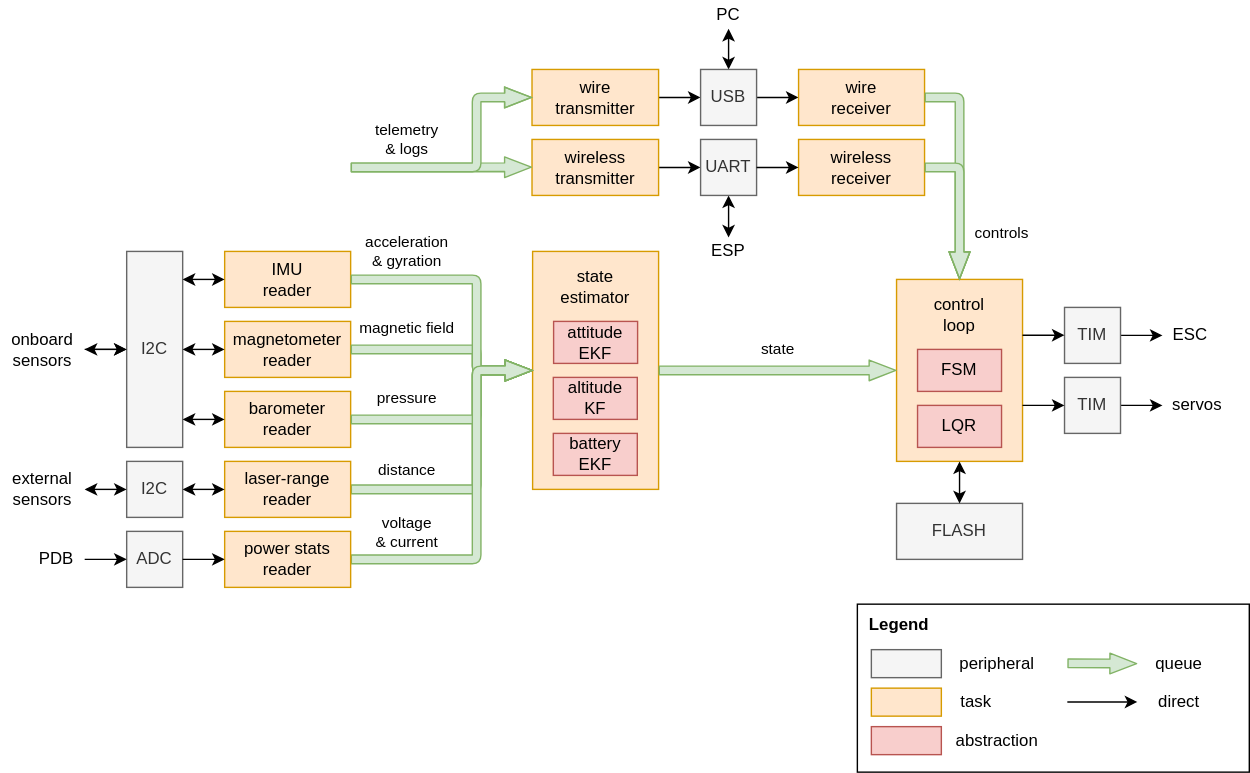
Before: docs/program_architecture.drawio.svg, a diagram exported from draw.io (Eryk-Mozdzen/uav-tvc-goose). Source tidied: cells renumbered, new cells last; positions are measured from the earlier drawing's top-left corner, leaving out a move shared by most shapes.
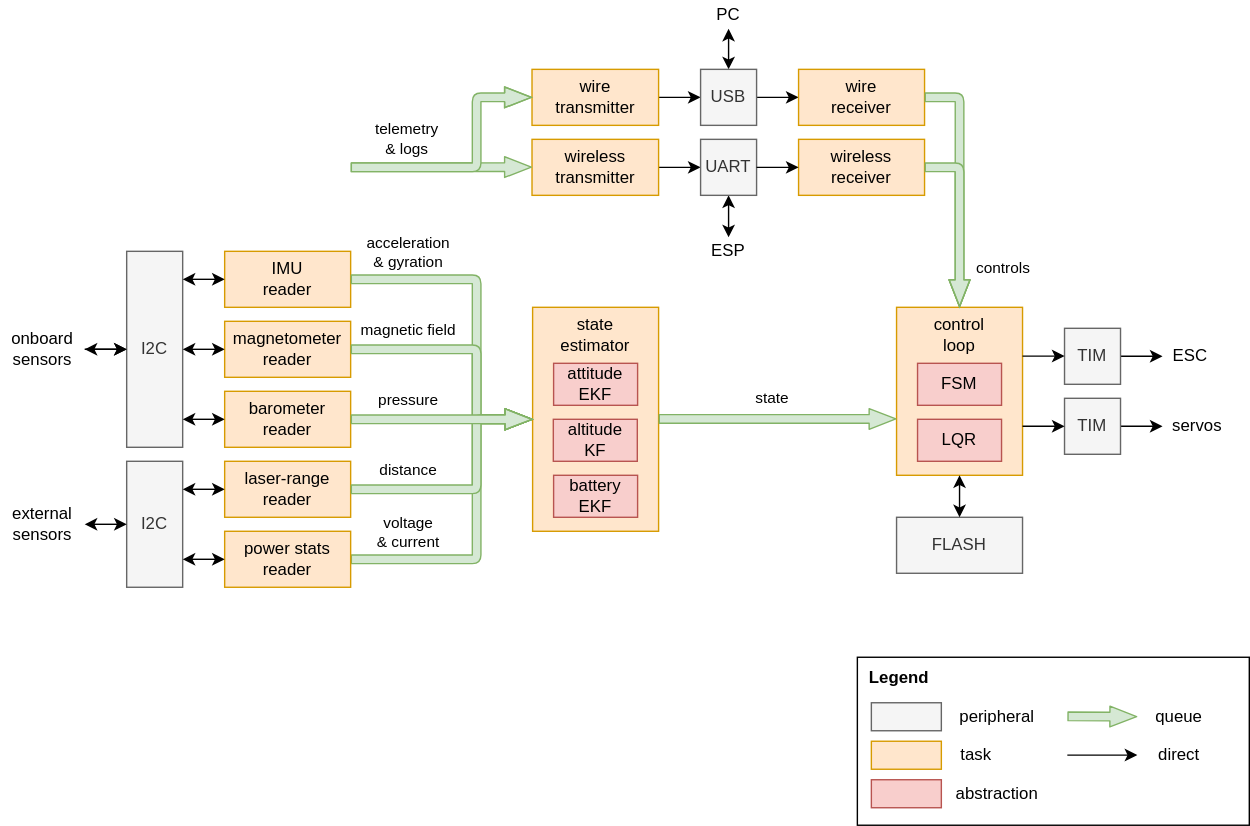
Above is the later version.

Diff of the diagram source:
```diff
@@ -4,17 +4,4 @@
     <mxCell id="1" parent="0" />
-    <mxCell id="2" style="shape=flexArrow;endArrow=classic;html=1;exitX=1;exitY=0.5;exitDx=0;exitDy=0;width=6.153846153846153;endSize=6.026923076923077;endWidth=7.633136094674557;fillColor=#d5e8d4;strokeColor=#82b366;entryX=0;entryY=0.5;entryDx=0;entryDy=0;" parent="1" edge="1" source="57" target="4">
-      <mxGeometry relative="1" as="geometry">
-        <Array as="points">
-          <mxPoint x="340" y="349" />
-          <mxPoint x="340" y="264" />
-        </Array>
-      </mxGeometry>
-    </mxCell>
-    <mxCell id="3" value="distance" style="edgeLabel;html=1;align=center;verticalAlign=middle;" parent="2" vertex="1">
-      <mxGeometry x="0.17" relative="1" as="geometry">
-        <mxPoint x="-50" y="21" as="offset" />
-      </mxGeometry>
-    </mxCell>
     <mxCell id="4" style="rounded=0;whiteSpace=wrap;html=1;fillColor=#ffe6cc;strokeColor=#d79b00;" parent="1" vertex="1">
-      <mxGeometry x="380" y="179" width="90" height="170" as="geometry" />
+      <mxGeometry x="380" y="219" width="90" height="160" as="geometry" />
     </mxCell>
@@ -47,28 +34,2 @@
     </mxCell>
-    <mxCell id="12" style="shape=flexArrow;endArrow=classic;html=1;exitX=1;exitY=0.5;exitDx=0;exitDy=0;width=6.153846153846153;endSize=6.026923076923077;endWidth=7.633136094674557;fillColor=#d5e8d4;strokeColor=#82b366;entryX=0;entryY=0.5;entryDx=0;entryDy=0;" parent="1" edge="1" source="6" target="4">
-      <mxGeometry relative="1" as="geometry">
-        <Array as="points">
-          <mxPoint x="340" y="249" />
-          <mxPoint x="340" y="264" />
-        </Array>
-      </mxGeometry>
-    </mxCell>
-    <mxCell id="13" value="magnetic field" style="edgeLabel;html=1;align=center;verticalAlign=middle;" parent="12" vertex="1">
-      <mxGeometry x="-0.38" y="1" relative="1" as="geometry">
-        <mxPoint x="-5" y="-14" as="offset" />
-      </mxGeometry>
-    </mxCell>
-    <mxCell id="14" style="shape=flexArrow;endArrow=classic;html=1;exitX=1;exitY=0.5;exitDx=0;exitDy=0;width=6.153846153846153;endSize=6.026923076923077;endWidth=7.633136094674557;fillColor=#d5e8d4;strokeColor=#82b366;entryX=0;entryY=0.5;entryDx=0;entryDy=0;" parent="1" edge="1" source="7" target="4">
-      <mxGeometry relative="1" as="geometry">
-        <Array as="points">
-          <mxPoint x="340" y="299" />
-          <mxPoint x="340" y="264" />
-        </Array>
-      </mxGeometry>
-    </mxCell>
-    <mxCell id="15" value="pressure" style="edgeLabel;html=1;align=center;verticalAlign=middle;" parent="14" vertex="1">
-      <mxGeometry x="0.17" relative="1" as="geometry">
-        <mxPoint x="-50" y="-9" as="offset" />
-      </mxGeometry>
-    </mxCell>
     <mxCell id="16" style="shape=flexArrow;endArrow=classic;html=1;exitX=1;exitY=0.5;exitDx=0;exitDy=0;width=6.153846153846153;endSize=6.026923076923077;endWidth=7.633136094674557;fillColor=#d5e8d4;strokeColor=#82b366;entryX=0;entryY=0.5;entryDx=0;entryDy=0;" parent="1" edge="1" source="5" target="4">
@@ -77,3 +38,3 @@
           <mxPoint x="340" y="199" />
-          <mxPoint x="340" y="264" />
+          <mxPoint x="340" y="299" />
         </Array>
@@ -83,3 +44,3 @@
       <mxGeometry x="0.11" y="2" relative="1" as="geometry">
-        <mxPoint x="-52" y="-38" as="offset" />
+        <mxPoint x="-52" y="-57" as="offset" />
       </mxGeometry>
@@ -105,6 +66,6 @@
     <mxCell id="24" value="TIM" style="rounded=0;whiteSpace=wrap;html=1;fillColor=#f5f5f5;strokeColor=#666666;fontColor=#333333;" parent="1" vertex="1">
-      <mxGeometry x="760" y="269" width="40" height="40" as="geometry" />
+      <mxGeometry x="760" y="284" width="40" height="40" as="geometry" />
     </mxCell>
     <mxCell id="25" value="servos" style="text;html=1;strokeColor=none;fillColor=none;align=center;verticalAlign=middle;whiteSpace=wrap;rounded=0;" parent="1" vertex="1">
-      <mxGeometry x="830" y="274" width="50" height="30" as="geometry" />
+      <mxGeometry x="830" y="289" width="50" height="30" as="geometry" />
     </mxCell>
@@ -114,9 +75,9 @@
     <mxCell id="27" value="TIM" style="rounded=0;whiteSpace=wrap;html=1;fillColor=#f5f5f5;strokeColor=#666666;fontColor=#333333;" parent="1" vertex="1">
-      <mxGeometry x="760" y="219" width="40" height="40" as="geometry" />
+      <mxGeometry x="760" y="234" width="40" height="40" as="geometry" />
     </mxCell>
     <mxCell id="28" value="ESC" style="text;html=1;strokeColor=none;fillColor=none;align=center;verticalAlign=middle;whiteSpace=wrap;rounded=0;" parent="1" vertex="1">
-      <mxGeometry x="830" y="224" width="40" height="30" as="geometry" />
+      <mxGeometry x="830" y="239" width="40" height="30" as="geometry" />
     </mxCell>
     <mxCell id="29" style="rounded=0;whiteSpace=wrap;html=1;fillColor=#ffe6cc;strokeColor=#d79b00;" parent="1" vertex="1">
-      <mxGeometry x="640" y="199" width="90" height="130" as="geometry" />
+      <mxGeometry x="640" y="219" width="90" height="120" as="geometry" />
     </mxCell>
@@ -124,3 +85,3 @@
       <mxGeometry relative="1" as="geometry">
-        <mxPoint x="730" y="289" as="sourcePoint" />
+        <mxPoint x="730" y="304" as="sourcePoint" />
       </mxGeometry>
@@ -129,4 +90,4 @@
       <mxGeometry relative="1" as="geometry">
-        <mxPoint x="730" y="238.8" as="sourcePoint" />
-        <mxPoint x="760" y="238.8" as="targetPoint" />
+        <mxPoint x="730" y="253.8" as="sourcePoint" />
+        <mxPoint x="760" y="253.8" as="targetPoint" />
       </mxGeometry>
@@ -134,3 +95,3 @@
     <mxCell id="32" value="control&lt;br&gt;loop" style="text;html=1;strokeColor=none;fillColor=none;align=center;verticalAlign=middle;whiteSpace=wrap;rounded=0;fontColor=#000000;" parent="1" vertex="1">
-      <mxGeometry x="655" y="209" width="60" height="30" as="geometry" />
+      <mxGeometry x="655" y="224" width="60" height="30" as="geometry" />
     </mxCell>
@@ -142,11 +103,2 @@
     </mxCell>
-    <mxCell id="35" value="ADC" style="rounded=0;whiteSpace=wrap;html=1;fillColor=#f5f5f5;strokeColor=#666666;fontColor=#333333;" parent="1" vertex="1">
-      <mxGeometry x="90" y="379" width="40" height="40" as="geometry" />
-    </mxCell>
-    <mxCell id="36" value="PDB" style="text;html=1;strokeColor=none;fillColor=none;align=center;verticalAlign=middle;whiteSpace=wrap;rounded=0;fontColor=#000000;" parent="1" vertex="1">
-      <mxGeometry x="20" y="384" width="40" height="30" as="geometry" />
-    </mxCell>
-    <mxCell id="37" style="endArrow=classic;html=1;fontColor=#FFFFFF;exitX=1;exitY=0.5;exitDx=0;exitDy=0;entryX=0;entryY=0.5;entryDx=0;entryDy=0;" parent="1" edge="1" source="36" target="35">
-      <mxGeometry relative="1" as="geometry" />
-    </mxCell>
     <mxCell id="38" style="shape=flexArrow;endArrow=classic;html=1;exitX=1;exitY=0.5;exitDx=0;exitDy=0;width=6.153846153846153;endSize=6.026923076923077;endWidth=7.633136094674557;fillColor=#d5e8d4;strokeColor=#82b366;entryX=0;entryY=0.5;entryDx=0;entryDy=0;" parent="1" edge="1" source="68" target="4">
@@ -155,3 +107,3 @@
           <mxPoint x="340" y="399" />
-          <mxPoint x="340" y="264" />
+          <mxPoint x="340" y="299" />
         </Array>
@@ -161,7 +113,10 @@
       <mxGeometry x="0.17" relative="1" as="geometry">
-        <mxPoint x="-50" y="45" as="offset" />
+        <mxPoint x="-50" y="24" as="offset" />
       </mxGeometry>
     </mxCell>
-    <mxCell id="40" style="shape=flexArrow;endArrow=classic;html=1;width=6.153846153846153;endSize=6.026923076923077;endWidth=7.633136094674557;fillColor=#d5e8d4;strokeColor=#82b366;entryX=0;entryY=0.5;entryDx=0;entryDy=0;exitX=1;exitY=0.5;exitDx=0;exitDy=0;" parent="1" edge="1" source="4" target="29">
-      <mxGeometry relative="1" as="geometry" />
+    <mxCell id="40" style="shape=flexArrow;endArrow=classic;html=1;width=6.153846153846153;endSize=6.026923076923077;endWidth=7.633136094674557;fillColor=#d5e8d4;strokeColor=#82b366;" parent="1" edge="1">
+      <mxGeometry relative="1" as="geometry">
+        <mxPoint x="470" y="298.8" as="sourcePoint" />
+        <mxPoint x="640" y="298.8" as="targetPoint" />
+      </mxGeometry>
     </mxCell>
@@ -169,3 +124,3 @@
       <mxGeometry x="0.11" y="2" relative="1" as="geometry">
-        <mxPoint x="-9" y="-13" as="offset" />
+        <mxPoint x="-14" y="-13" as="offset" />
       </mxGeometry>
@@ -173,9 +128,9 @@
     <mxCell id="42" style="rounded=0;whiteSpace=wrap;html=1;" parent="1" vertex="1">
-      <mxGeometry x="612" y="431" width="280" height="120" as="geometry" />
+      <mxGeometry x="612" y="469" width="280" height="120" as="geometry" />
     </mxCell>
     <mxCell id="43" style="rounded=0;whiteSpace=wrap;html=1;fillColor=#ffe6cc;strokeColor=#d79b00;" parent="1" vertex="1">
-      <mxGeometry x="622" y="491" width="50" height="20" as="geometry" />
+      <mxGeometry x="622" y="529" width="50" height="20" as="geometry" />
     </mxCell>
     <mxCell id="44" value="task" style="text;html=1;strokeColor=none;fillColor=none;align=center;verticalAlign=middle;whiteSpace=wrap;rounded=0;" parent="1" vertex="1">
-      <mxGeometry x="682" y="493.5" width="30" height="15" as="geometry" />
+      <mxGeometry x="682" y="531.5" width="30" height="15" as="geometry" />
     </mxCell>
@@ -183,4 +138,4 @@
       <mxGeometry relative="1" as="geometry">
-        <mxPoint x="762" y="473.2" as="sourcePoint" />
-        <mxPoint x="812" y="473.5" as="targetPoint" />
+        <mxPoint x="762" y="511.2" as="sourcePoint" />
+        <mxPoint x="812" y="511.5" as="targetPoint" />
       </mxGeometry>
@@ -188,18 +143,18 @@
     <mxCell id="46" value="queue" style="text;html=1;strokeColor=none;fillColor=none;align=center;verticalAlign=middle;whiteSpace=wrap;rounded=0;" parent="1" vertex="1">
-      <mxGeometry x="822" y="466" width="40" height="15" as="geometry" />
+      <mxGeometry x="822" y="504" width="40" height="15" as="geometry" />
     </mxCell>
     <mxCell id="47" style="rounded=0;whiteSpace=wrap;html=1;fillColor=#f5f5f5;strokeColor=#666666;fontColor=#333333;" parent="1" vertex="1">
-      <mxGeometry x="622" y="463.5" width="50" height="20" as="geometry" />
+      <mxGeometry x="622" y="501.5" width="50" height="20" as="geometry" />
     </mxCell>
     <mxCell id="48" value="peripheral" style="text;html=1;strokeColor=none;fillColor=none;align=center;verticalAlign=middle;whiteSpace=wrap;rounded=0;" parent="1" vertex="1">
-      <mxGeometry x="682" y="466" width="60" height="15" as="geometry" />
+      <mxGeometry x="682" y="504" width="60" height="15" as="geometry" />
     </mxCell>
     <mxCell id="49" value="Legend" style="text;html=1;strokeColor=none;fillColor=none;align=center;verticalAlign=middle;whiteSpace=wrap;rounded=0;fontStyle=1;" parent="1" vertex="1">
-      <mxGeometry x="612" y="431" width="60" height="30" as="geometry" />
+      <mxGeometry x="612" y="469" width="60" height="30" as="geometry" />
     </mxCell>
     <mxCell id="50" style="rounded=0;whiteSpace=wrap;html=1;fillColor=#f8cecc;strokeColor=#b85450;" parent="1" vertex="1">
-      <mxGeometry x="622" y="518.5" width="50" height="20" as="geometry" />
+      <mxGeometry x="622" y="556.5" width="50" height="20" as="geometry" />
     </mxCell>
     <mxCell id="51" value="abstraction" style="text;html=1;strokeColor=none;fillColor=none;align=center;verticalAlign=middle;whiteSpace=wrap;rounded=0;labelPosition=center;verticalLabelPosition=middle;" parent="1" vertex="1">
-      <mxGeometry x="682" y="521" width="60" height="15" as="geometry" />
+      <mxGeometry x="682" y="559" width="60" height="15" as="geometry" />
     </mxCell>
@@ -207,4 +162,4 @@
       <mxGeometry relative="1" as="geometry">
-        <mxPoint x="762" y="500.9" as="sourcePoint" />
-        <mxPoint x="812" y="500.9" as="targetPoint" />
+        <mxPoint x="762" y="538.9" as="sourcePoint" />
+        <mxPoint x="812" y="538.9" as="targetPoint" />
       </mxGeometry>
@@ -212,3 +167,3 @@
     <mxCell id="53" value="direct" style="text;html=1;strokeColor=none;fillColor=none;align=center;verticalAlign=middle;whiteSpace=wrap;rounded=0;" parent="1" vertex="1">
-      <mxGeometry x="822" y="493.5" width="40" height="15" as="geometry" />
+      <mxGeometry x="822" y="531.5" width="40" height="15" as="geometry" />
     </mxCell>
@@ -221,3 +176,3 @@
     <mxCell id="56" value="I2C" style="rounded=0;whiteSpace=wrap;html=1;fillColor=#f5f5f5;strokeColor=#666666;fontColor=#333333;" parent="1" vertex="1">
-      <mxGeometry x="90" y="329" width="40" height="40" as="geometry" />
+      <mxGeometry x="90" y="329" width="40" height="90" as="geometry" />
     </mxCell>
@@ -226,7 +181,4 @@
     </mxCell>
-    <mxCell id="58" style="endArrow=classic;startArrow=classic;html=1;entryX=0;entryY=0.5;entryDx=0;entryDy=0;exitX=1;exitY=0.5;exitDx=0;exitDy=0;" parent="1" edge="1" source="56" target="57">
-      <mxGeometry relative="1" as="geometry" />
-    </mxCell>
     <mxCell id="59" value="external&lt;br&gt;sensors" style="text;html=1;strokeColor=none;fillColor=none;align=center;verticalAlign=middle;whiteSpace=wrap;rounded=0;fontColor=#000000;" parent="1" vertex="1">
-      <mxGeometry y="334" width="60" height="30" as="geometry" />
+      <mxGeometry y="359" width="60" height="30" as="geometry" />
     </mxCell>
@@ -259,5 +211,2 @@
     </mxCell>
-    <mxCell id="69" style="endArrow=classic;html=1;fontColor=#FFFFFF;exitX=1;exitY=0.5;exitDx=0;exitDy=0;entryX=0;entryY=0.5;entryDx=0;entryDy=0;" parent="1" edge="1" source="35" target="68">
-      <mxGeometry relative="1" as="geometry" />
-    </mxCell>
     <mxCell id="70" style="shape=flexArrow;endArrow=classic;html=1;width=6.153846153846153;endSize=6.026923076923077;endWidth=7.633136094674557;fillColor=#d5e8d4;strokeColor=#82b366;" parent="1" edge="1">
@@ -274,18 +223,18 @@
     <mxCell id="72" value="altitude&lt;br&gt;KF" style="rounded=0;whiteSpace=wrap;html=1;fillColor=#f8cecc;strokeColor=#b85450;" parent="1" vertex="1">
-      <mxGeometry x="394.8" y="269" width="60" height="30" as="geometry" />
+      <mxGeometry x="394.8" y="299" width="60" height="30" as="geometry" />
     </mxCell>
     <mxCell id="73" value="battery&lt;br&gt;EKF" style="rounded=0;whiteSpace=wrap;html=1;fillColor=#f8cecc;strokeColor=#b85450;" parent="1" vertex="1">
-      <mxGeometry x="394.8" y="309" width="60" height="30" as="geometry" />
+      <mxGeometry x="395" y="339" width="60" height="30" as="geometry" />
     </mxCell>
     <mxCell id="74" value="FSM" style="rounded=0;whiteSpace=wrap;html=1;fillColor=#f8cecc;strokeColor=#b85450;" parent="1" vertex="1">
-      <mxGeometry x="655" y="249" width="60" height="30" as="geometry" />
+      <mxGeometry x="655" y="259" width="60" height="30" as="geometry" />
     </mxCell>
     <mxCell id="75" value="LQR" style="rounded=0;whiteSpace=wrap;html=1;fillColor=#f8cecc;strokeColor=#b85450;" parent="1" vertex="1">
-      <mxGeometry x="655" y="289" width="60" height="30" as="geometry" />
+      <mxGeometry x="655" y="299" width="60" height="30" as="geometry" />
     </mxCell>
     <mxCell id="76" value="state&lt;br&gt;estimator" style="text;html=1;strokeColor=none;fillColor=none;align=center;verticalAlign=middle;whiteSpace=wrap;rounded=0;fontColor=#000000;" parent="1" vertex="1">
-      <mxGeometry x="394.8" y="189" width="60" height="30" as="geometry" />
+      <mxGeometry x="394.8" y="224" width="60" height="30" as="geometry" />
     </mxCell>
     <mxCell id="77" value="attitude&lt;br&gt;EKF" style="rounded=0;whiteSpace=wrap;html=1;fillColor=#f8cecc;strokeColor=#b85450;" parent="1" vertex="1">
-      <mxGeometry x="395" y="229" width="60" height="30" as="geometry" />
+      <mxGeometry x="395" y="259" width="60" height="30" as="geometry" />
     </mxCell>
@@ -319,3 +268,3 @@
       <mxGeometry x="0.11" y="2" relative="1" as="geometry">
-        <mxPoint x="28" y="14" as="offset" />
+        <mxPoint x="28" y="27" as="offset" />
       </mxGeometry>
@@ -323,3 +272,3 @@
     <mxCell id="83" value="FLASH" style="rounded=0;whiteSpace=wrap;html=1;fillColor=#f5f5f5;strokeColor=#666666;fontColor=#333333;" parent="1" vertex="1">
-      <mxGeometry x="640" y="359" width="90" height="40" as="geometry" />
+      <mxGeometry x="640" y="369" width="90" height="40" as="geometry" />
     </mxCell>
@@ -328,2 +277,52 @@
     </mxCell>
+    <mxCell id="85" style="endArrow=classic;startArrow=classic;html=1;entryX=0;entryY=0.5;entryDx=0;entryDy=0;exitX=1;exitY=0.5;exitDx=0;exitDy=0;" parent="1" edge="1">
+      <mxGeometry relative="1" as="geometry">
+        <mxPoint x="130" y="399" as="sourcePoint" />
+        <mxPoint x="160" y="399" as="targetPoint" />
+      </mxGeometry>
+    </mxCell>
+    <mxCell id="86" style="endArrow=classic;startArrow=classic;html=1;entryX=0;entryY=0.5;entryDx=0;entryDy=0;exitX=1;exitY=0.5;exitDx=0;exitDy=0;" parent="1" edge="1">
+      <mxGeometry relative="1" as="geometry">
+        <mxPoint x="130" y="349" as="sourcePoint" />
+        <mxPoint x="160" y="349" as="targetPoint" />
+      </mxGeometry>
+    </mxCell>
+    <mxCell id="12" style="shape=flexArrow;endArrow=classic;html=1;exitX=1;exitY=0.5;exitDx=0;exitDy=0;width=6.153846153846153;endSize=6.026923076923077;endWidth=7.633136094674557;fillColor=#d5e8d4;strokeColor=#82b366;entryX=0;entryY=0.5;entryDx=0;entryDy=0;" parent="1" edge="1" source="6" target="4">
+      <mxGeometry relative="1" as="geometry">
+        <Array as="points">
+          <mxPoint x="340" y="249" />
+          <mxPoint x="340" y="299" />
+        </Array>
+      </mxGeometry>
+    </mxCell>
+    <mxCell id="13" value="magnetic field" style="edgeLabel;html=1;align=center;verticalAlign=middle;" parent="12" vertex="1">
+      <mxGeometry x="-0.38" y="1" relative="1" as="geometry">
+        <mxPoint x="-16" y="-14" as="offset" />
+      </mxGeometry>
+    </mxCell>
+    <mxCell id="2" style="shape=flexArrow;endArrow=classic;html=1;exitX=1;exitY=0.5;exitDx=0;exitDy=0;width=6.153846153846153;endSize=6.026923076923077;endWidth=7.633136094674557;fillColor=#d5e8d4;strokeColor=#82b366;entryX=0;entryY=0.5;entryDx=0;entryDy=0;" parent="1" edge="1" source="57" target="4">
+      <mxGeometry relative="1" as="geometry">
+        <Array as="points">
+          <mxPoint x="340" y="349" />
+          <mxPoint x="340" y="299" />
+        </Array>
+      </mxGeometry>
+    </mxCell>
+    <mxCell id="3" value="distance" style="edgeLabel;html=1;align=center;verticalAlign=middle;" parent="2" vertex="1">
+      <mxGeometry x="0.17" relative="1" as="geometry">
+        <mxPoint x="-50" as="offset" />
+      </mxGeometry>
+    </mxCell>
+    <mxCell id="14" style="shape=flexArrow;endArrow=classic;html=1;exitX=1;exitY=0.5;exitDx=0;exitDy=0;width=6.153846153846153;endSize=6.026923076923077;endWidth=7.633136094674557;fillColor=#d5e8d4;strokeColor=#82b366;entryX=0;entryY=0.5;entryDx=0;entryDy=0;" parent="1" edge="1" source="7" target="4">
+      <mxGeometry relative="1" as="geometry">
+        <Array as="points">
+          <mxPoint x="340" y="299" />
+        </Array>
+      </mxGeometry>
+    </mxCell>
+    <mxCell id="15" value="pressure" style="edgeLabel;html=1;align=center;verticalAlign=middle;" parent="14" vertex="1">
+      <mxGeometry x="0.17" relative="1" as="geometry">
+        <mxPoint x="-36" y="-15" as="offset" />
+      </mxGeometry>
+    </mxCell>
   </root>
```
